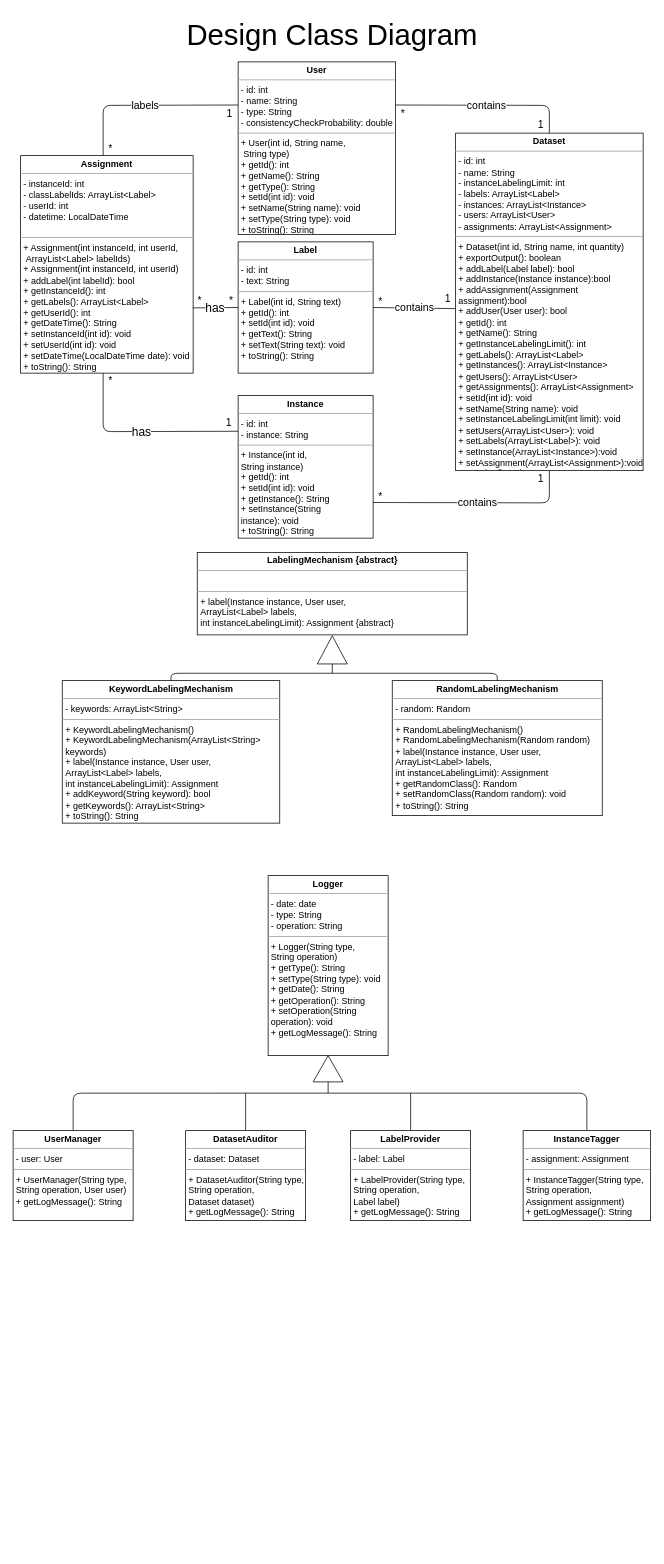
alperdokay/CSE3063F20P1_GRP20 keeps this draw.io diagram as page "DCD" (1 of 3) of iteration2/DCD.drawio. Above is the earlier version. Source tidied: cells renumbered, new cells numbered last; positions are measured from the earlier drawing's top-left corner, leaving out a move shared by most shapes. Both pictures are drawn from the tidied source at 75%, with x=0, y=0 at pixel (13, 13).
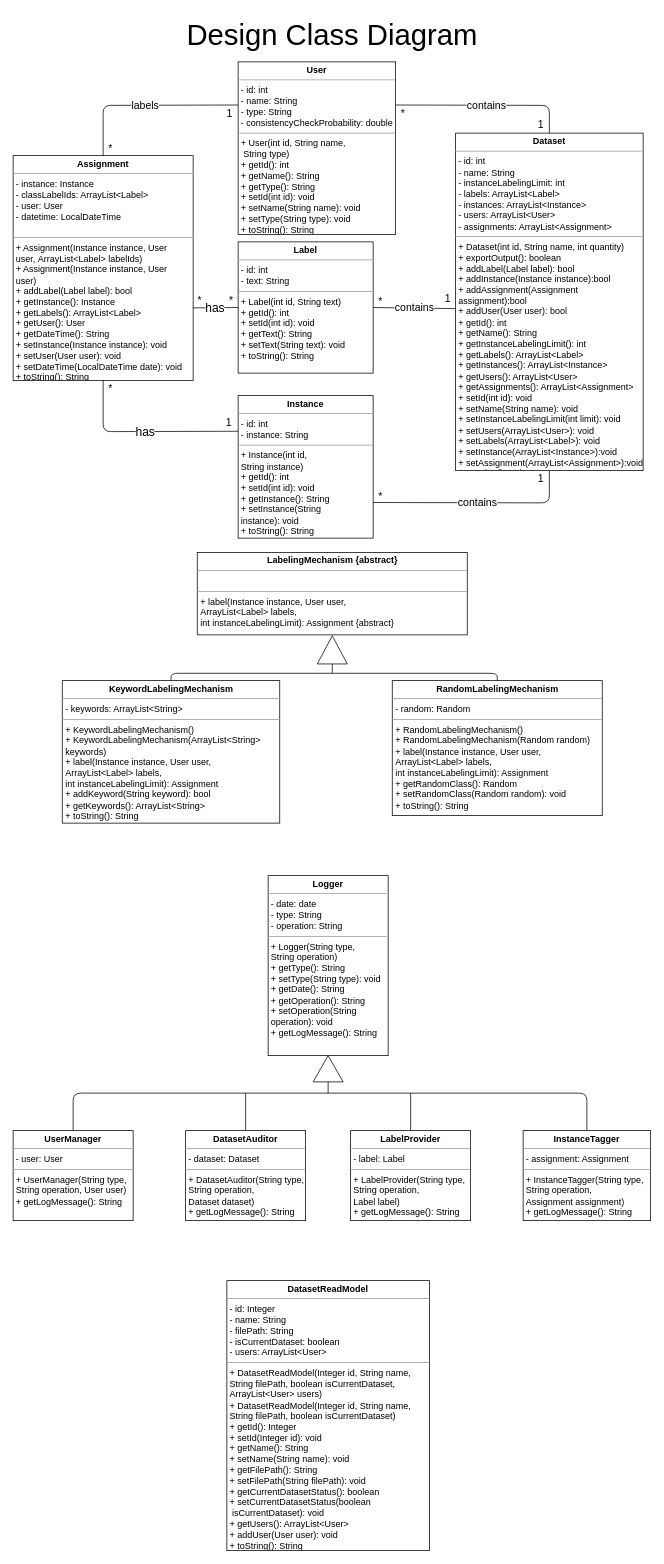
Above is the later version.

Commit message (it also covers changes not shown here):
DatasetReadModel is added to DCD

Unchanged cells that the change refers to:
```xml
<mxCell id="4" value="&lt;p style=&quot;margin: 0px ; margin-top: 4px ; text-align: center&quot;&gt;&lt;b&gt;Instance&lt;/b&gt;&lt;/p&gt;&lt;hr size=&quot;1&quot;&gt;&lt;p style=&quot;margin: 0px ; margin-left: 4px&quot;&gt;- id: int&lt;/p&gt;&lt;p style=&quot;margin: 0px ; margin-left: 4px&quot;&gt;- instance: String&lt;/p&gt;&lt;hr size=&quot;1&quot;&gt;&lt;p style=&quot;margin: 0px ; margin-left: 4px&quot;&gt;+ Instance(int id,&amp;nbsp;&lt;/p&gt;&lt;p style=&quot;margin: 0px ; margin-left: 4px&quot;&gt;String instance)&lt;/p&gt;&lt;p style=&quot;margin: 0px 0px 0px 4px&quot;&gt;+ getId(): int&lt;/p&gt;&lt;p style=&quot;margin: 0px 0px 0px 4px&quot;&gt;+ setId(int id): void&lt;/p&gt;&lt;p style=&quot;margin: 0px 0px 0px 4px&quot;&gt;+ getInstance(): String&lt;/p&gt;&lt;p style=&quot;margin: 0px 0px 0px 4px&quot;&gt;+ setInstance(String&amp;nbsp;&lt;/p&gt;&lt;p style=&quot;margin: 0px 0px 0px 4px&quot;&gt;instance): void&lt;/p&gt;&lt;p style=&quot;margin: 0px 0px 0px 4px&quot;&gt;+ toString(): String&lt;/p&gt;" style="verticalAlign=top;align=left;overflow=fill;fontSize=12;fontFamily=Helvetica;html=1;" parent="1" vertex="1">
  <mxGeometry x="300" y="510" width="180" height="190" as="geometry" />
</mxCell>
```

Change to the diagram source:
```diff
@@
-    <mxCell id="8" value="&lt;p style=&quot;margin: 0px ; margin-top: 4px ; text-align: center&quot;&gt;&lt;b&gt;Assignment&lt;/b&gt;&lt;/p&gt;&lt;hr size=&quot;1&quot;&gt;&lt;p style=&quot;margin: 0px ; margin-left: 4px&quot;&gt;- instanceId: int&lt;/p&gt;&lt;p style=&quot;margin: 0px ; margin-left: 4px&quot;&gt;- classLabelIds: ArrayList&amp;lt;Label&amp;gt;&lt;/p&gt;&lt;p style=&quot;margin: 0px ; margin-left: 4px&quot;&gt;- userId: int&lt;/p&gt;&lt;p style=&quot;margin: 0px ; margin-left: 4px&quot;&gt;- datetime: LocalDateTime&lt;br&gt;&lt;/p&gt;&lt;p style=&quot;margin: 0px ; margin-left: 4px&quot;&gt;&amp;nbsp;&lt;/p&gt;&lt;hr size=&quot;1&quot;&gt;&lt;p style=&quot;margin: 0px ; margin-left: 4px&quot;&gt;+ Assignment(int instanceId, int userId,&lt;br&gt;&amp;nbsp;ArrayList&amp;lt;Label&amp;gt; labelIds)&lt;/p&gt;&lt;p style=&quot;margin: 0px ; margin-left: 4px&quot;&gt;+ Assignment(int instanceId, int userId)&lt;/p&gt;&lt;p style=&quot;margin: 0px ; margin-left: 4px&quot;&gt;+ addLabel(int labelId): bool&lt;/p&gt;&lt;p style=&quot;margin: 0px ; margin-left: 4px&quot;&gt;+ getInstanceId(): int&lt;/p&gt;&lt;p style=&quot;margin: 0px ; margin-left: 4px&quot;&gt;+ getLabels(): ArrayList&amp;lt;Label&amp;gt;&lt;/p&gt;&lt;p style=&quot;margin: 0px ; margin-left: 4px&quot;&gt;+ getUserId(): int&lt;/p&gt;&lt;p style=&quot;margin: 0px ; margin-left: 4px&quot;&gt;+ getDateTime(): String&lt;/p&gt;&lt;p style=&quot;margin: 0px ; margin-left: 4px&quot;&gt;+ setInstanceId(int id): void&lt;/p&gt;&lt;p style=&quot;margin: 0px ; margin-left: 4px&quot;&gt;+ setUserId(int id): void&lt;/p&gt;&lt;p style=&quot;margin: 0px ; margin-left: 4px&quot;&gt;+ setDateTime(LocalDateTime date): void&lt;/p&gt;&lt;p style=&quot;margin: 0px ; margin-left: 4px&quot;&gt;+ toString(): String&lt;/p&gt;" style="verticalAlign=top;align=left;overflow=fill;fontSize=12;fontFamily=Helvetica;html=1;" parent="1" vertex="1">
-      <mxGeometry x="10" y="190" width="230" height="290" as="geometry" />
+    <mxCell id="8" value="&lt;p style=&quot;margin: 0px ; margin-top: 4px ; text-align: center&quot;&gt;&lt;b&gt;Assignment&lt;/b&gt;&lt;/p&gt;&lt;hr size=&quot;1&quot;&gt;&lt;p style=&quot;margin: 0px ; margin-left: 4px&quot;&gt;- instance: Instance&lt;/p&gt;&lt;p style=&quot;margin: 0px ; margin-left: 4px&quot;&gt;- classLabelIds: ArrayList&amp;lt;Label&amp;gt;&lt;/p&gt;&lt;p style=&quot;margin: 0px ; margin-left: 4px&quot;&gt;- user: User&lt;/p&gt;&lt;p style=&quot;margin: 0px ; margin-left: 4px&quot;&gt;- datetime: LocalDateTime&lt;br&gt;&lt;/p&gt;&lt;p style=&quot;margin: 0px ; margin-left: 4px&quot;&gt;&amp;nbsp;&lt;/p&gt;&lt;hr size=&quot;1&quot;&gt;&lt;p style=&quot;margin: 0px ; margin-left: 4px&quot;&gt;+ Assignment(Instance instance, User&lt;/p&gt;&lt;p style=&quot;margin: 0px ; margin-left: 4px&quot;&gt;user,&amp;nbsp;ArrayList&amp;lt;Label&amp;gt; labelIds)&lt;/p&gt;&lt;p style=&quot;margin: 0px ; margin-left: 4px&quot;&gt;+ Assignment(Instance instance, User&lt;/p&gt;&lt;p style=&quot;margin: 0px ; margin-left: 4px&quot;&gt;user)&lt;/p&gt;&lt;p style=&quot;margin: 0px ; margin-left: 4px&quot;&gt;+ addLabel(Label label): bool&lt;/p&gt;&lt;p style=&quot;margin: 0px ; margin-left: 4px&quot;&gt;+ getInstance(): Instance&lt;/p&gt;&lt;p style=&quot;margin: 0px ; margin-left: 4px&quot;&gt;+ getLabels(): ArrayList&amp;lt;Label&amp;gt;&lt;/p&gt;&lt;p style=&quot;margin: 0px ; margin-left: 4px&quot;&gt;+ getUser(): User&lt;/p&gt;&lt;p style=&quot;margin: 0px ; margin-left: 4px&quot;&gt;+ getDateTime(): String&lt;/p&gt;&lt;p style=&quot;margin: 0px ; margin-left: 4px&quot;&gt;+ setInstance(Instance instance): void&lt;/p&gt;&lt;p style=&quot;margin: 0px ; margin-left: 4px&quot;&gt;+ setUser(User user): void&lt;/p&gt;&lt;p style=&quot;margin: 0px ; margin-left: 4px&quot;&gt;+ setDateTime(LocalDateTime date): void&lt;/p&gt;&lt;p style=&quot;margin: 0px ; margin-left: 4px&quot;&gt;+ toString(): String&lt;/p&gt;" style="verticalAlign=top;align=left;overflow=fill;fontSize=12;fontFamily=Helvetica;html=1;" parent="1" vertex="1">
+      <mxGeometry y="190" width="240" height="300" as="geometry" />
     </mxCell>
@@
-    <mxCell id="25" value="has" style="endArrow=none;html=1;fontSize=16;entryX=0.25;entryY=0;entryDx=0;entryDy=0;exitX=0;exitY=0.25;exitDx=0;exitDy=0;" parent="1" edge="1" source="4" target="30">
+    <mxCell id="25" value="has" style="endArrow=none;html=1;fontSize=16;entryX=0.5;entryY=1;entryDx=0;entryDy=0;exitX=0;exitY=0.25;exitDx=0;exitDy=0;" parent="1" edge="1" source="4" target="8">
       <mxGeometry relative="1" as="geometry">
         <Array as="points">
           <mxPoint x="120" y="558" />
         </Array>
       </mxGeometry>
     </mxCell>
@@
     <mxCell id="30" value="*" style="text;html=1;strokeColor=none;fillColor=none;align=center;verticalAlign=middle;whiteSpace=wrap;rounded=0;fontSize=14;" parent="1" vertex="1">
-      <mxGeometry x="110" y="480" width="40" height="20" as="geometry" />
+      <mxGeometry x="110" y="490" width="40" height="20" as="geometry" />
     </mxCell>
@@
+    <mxCell id="42" value="&lt;p style=&quot;margin: 0px ; margin-top: 4px ; text-align: center&quot;&gt;&lt;b&gt;DatasetReadModel&lt;/b&gt;&lt;/p&gt;&lt;hr size=&quot;1&quot;&gt;&lt;p style=&quot;margin: 0px ; margin-left: 4px&quot;&gt;- id: Integer&lt;/p&gt;&lt;p style=&quot;margin: 0px ; margin-left: 4px&quot;&gt;- name: String&lt;/p&gt;&lt;p style=&quot;margin: 0px ; margin-left: 4px&quot;&gt;- filePath: String&lt;/p&gt;&lt;p style=&quot;margin: 0px ; margin-left: 4px&quot;&gt;- isCurrentDataset: boolean&lt;/p&gt;&lt;p style=&quot;margin: 0px ; margin-left: 4px&quot;&gt;- users: ArrayList&amp;lt;User&amp;gt;&lt;/p&gt;&lt;hr size=&quot;1&quot;&gt;&lt;p style=&quot;margin: 0px ; margin-left: 4px&quot;&gt;+ DatasetReadModel(Integer id,&amp;nbsp;&lt;span&gt;String name,&amp;nbsp;&lt;/span&gt;&lt;/p&gt;&lt;p style=&quot;margin: 0px ; margin-left: 4px&quot;&gt;&lt;span&gt;String filePath,&amp;nbsp;&lt;/span&gt;&lt;span&gt;boolean isCurrentDataset,&lt;/span&gt;&lt;/p&gt;&lt;p style=&quot;margin: 0px ; margin-left: 4px&quot;&gt;ArrayList&amp;lt;User&amp;gt; users)&lt;/p&gt;&lt;p style=&quot;margin: 0px 0px 0px 4px&quot;&gt;+ DatasetReadModel(Integer id,&amp;nbsp;String name,&amp;nbsp;&lt;/p&gt;&lt;p style=&quot;margin: 0px 0px 0px 4px&quot;&gt;String filePath,&amp;nbsp;boolean isCurrentDataset&lt;span&gt;)&lt;/span&gt;&lt;/p&gt;&lt;p style=&quot;margin: 0px 0px 0px 4px&quot;&gt;+ getId(): Integer&lt;/p&gt;&lt;p style=&quot;margin: 0px 0px 0px 4px&quot;&gt;+ setId(Integer id): void&lt;/p&gt;&lt;p style=&quot;margin: 0px 0px 0px 4px&quot;&gt;+ getName(): String&lt;/p&gt;&lt;p style=&quot;margin: 0px 0px 0px 4px&quot;&gt;+ setName(String name): void&lt;/p&gt;&lt;p style=&quot;margin: 0px 0px 0px 4px&quot;&gt;+ getFilePath(): String&lt;/p&gt;&lt;p style=&quot;margin: 0px 0px 0px 4px&quot;&gt;+ setFilePath(String filePath): void&lt;/p&gt;&lt;p style=&quot;margin: 0px 0px 0px 4px&quot;&gt;+ getCurrentDatasetStatus(): boolean&lt;/p&gt;&lt;p style=&quot;margin: 0px 0px 0px 4px&quot;&gt;+ setCurrentDatasetStatus(boolean&lt;/p&gt;&lt;p style=&quot;margin: 0px 0px 0px 4px&quot;&gt;&amp;nbsp;isCurrentDataset): void&lt;/p&gt;&lt;p style=&quot;margin: 0px 0px 0px 4px&quot;&gt;+ getUsers(): ArrayList&amp;lt;User&amp;gt;&lt;/p&gt;&lt;p style=&quot;margin: 0px 0px 0px 4px&quot;&gt;+ addUser(User user): void&lt;/p&gt;&lt;p style=&quot;margin: 0px 0px 0px 4px&quot;&gt;+ toString(): String&lt;/p&gt;" style="verticalAlign=top;align=left;overflow=fill;fontSize=12;fontFamily=Helvetica;html=1;" parent="1" vertex="1">
+      <mxGeometry x="285" y="1690" width="270" height="360" as="geometry" />
+    </mxCell>
```
